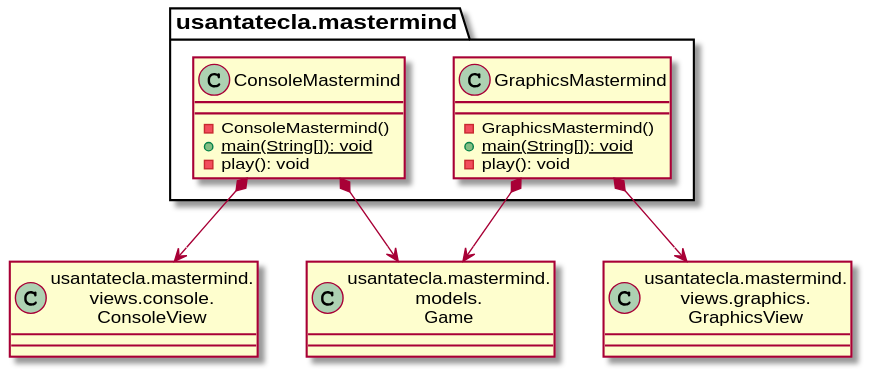
This is documentView/withoutFactoryMethod/docs/diagrams/out/paquetes/usantatecla.mastermind.svg from SantaTecla-mastermind/solution.java.swing.socket.sql, a PlantUML export, as it was before one commit.
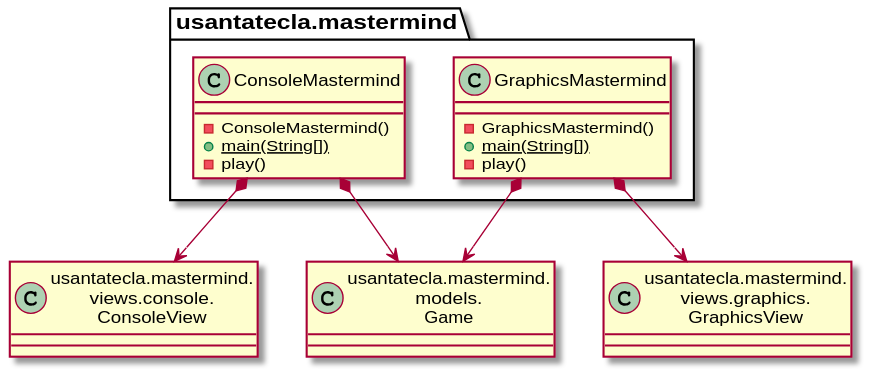
The same diagram one commit later.

What changed in the source:
```diff
@@ -1,14 +1,14 @@
 @startuml
 class usantatecla.mastermind.ConsoleMastermind{
 - ConsoleMastermind()
-+ {static} main(String[]): void
-- play(): void
++ {static} main(String[])
+- play()
 }
 
 class usantatecla.mastermind.GraphicsMastermind{
 - GraphicsMastermind()
-+ {static} main(String[]): void
-- play(): void
++ {static} main(String[])
+- play()
 }
 
 class ConsoleView as "usantatecla.mastermind.\nviews.console.\nConsoleView"{}
```
